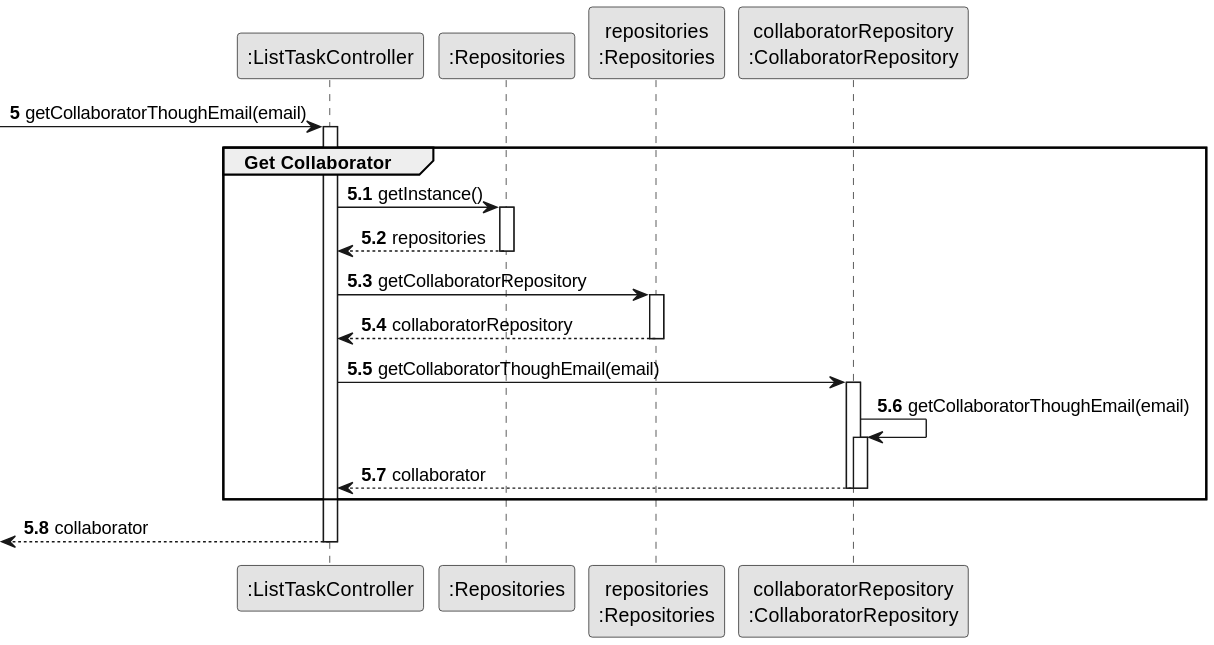
This is docs/sprintC/us028/03.design/svg/us028-sequence-diagram-partial-get-collaborator-through-email.svg from diogoveirospro/lei-24-s2-1dg-g072, a PlantUML export, as it was before one commit.
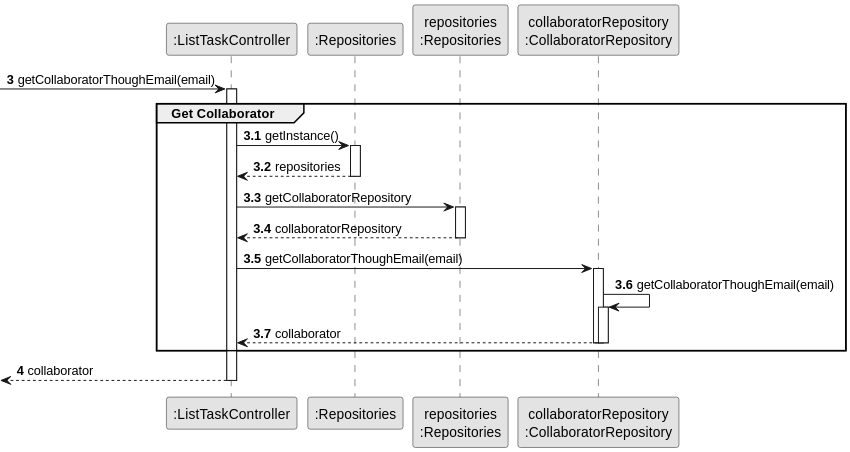
Later version of the same file.

What changed in the source:
```diff
@@ -11,10 +11,10 @@
 participant "repositories\n:Repositories" as REP
 participant "collaboratorRepository\n:CollaboratorRepository" as collaboratorRepository
 
-autonumber 5
+autonumber 3
 
  -> CTRL : getCollaboratorThoughEmail(email)
-autonumber 5.1
+autonumber 3.1
 activate CTRL
     group Get Collaborator
 
@@ -42,6 +42,7 @@
         deactivate collaboratorRepository
 
     end
+    autonumber 4
         <-- CTRL  : collaborator
 deactivate CTRL
 @enduml
```
